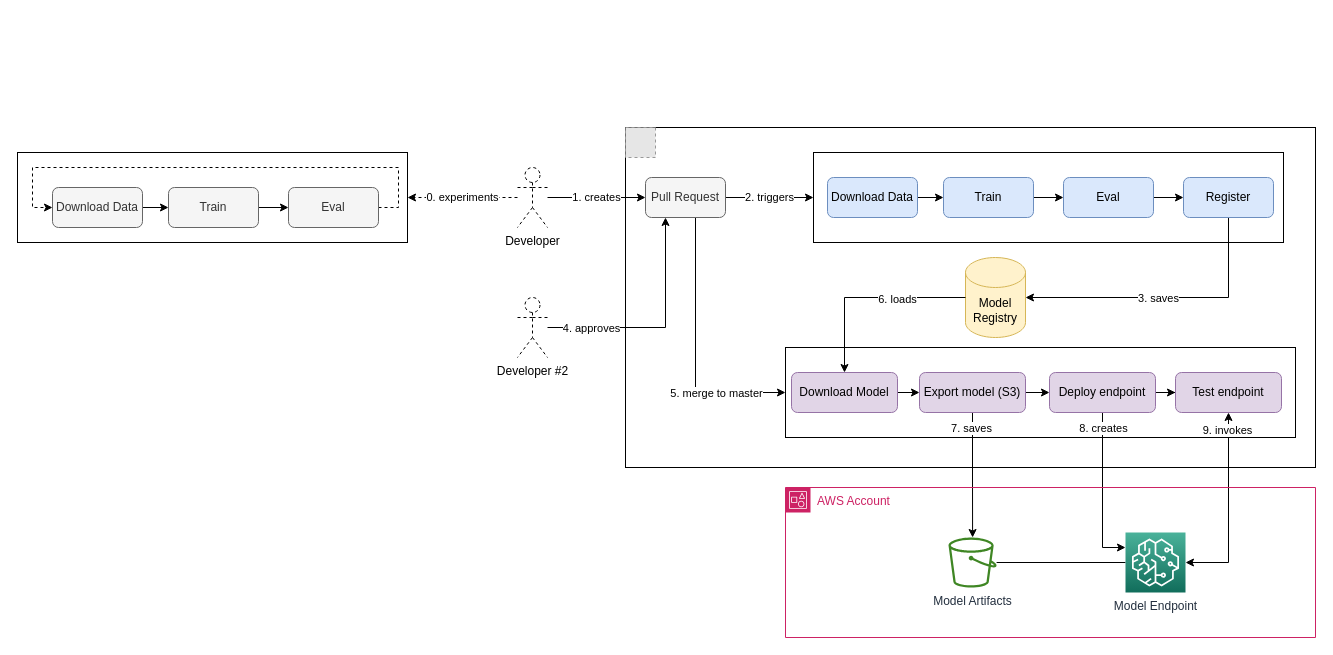
mtszkw/ml-production keeps this draw.io diagram as infrastructure/ml-production.drawio. Above is the earlier version. Source tidied: cells renumbered, new cells numbered last; positions are measured from the earlier drawing's top-left corner, leaving out a move shared by most shapes. Both pictures are drawn from the tidied source at 100%, with x=0, y=0 at pixel (17, 127). Pictures stored in the file or linked from it are replaced by grey dashed boxes.
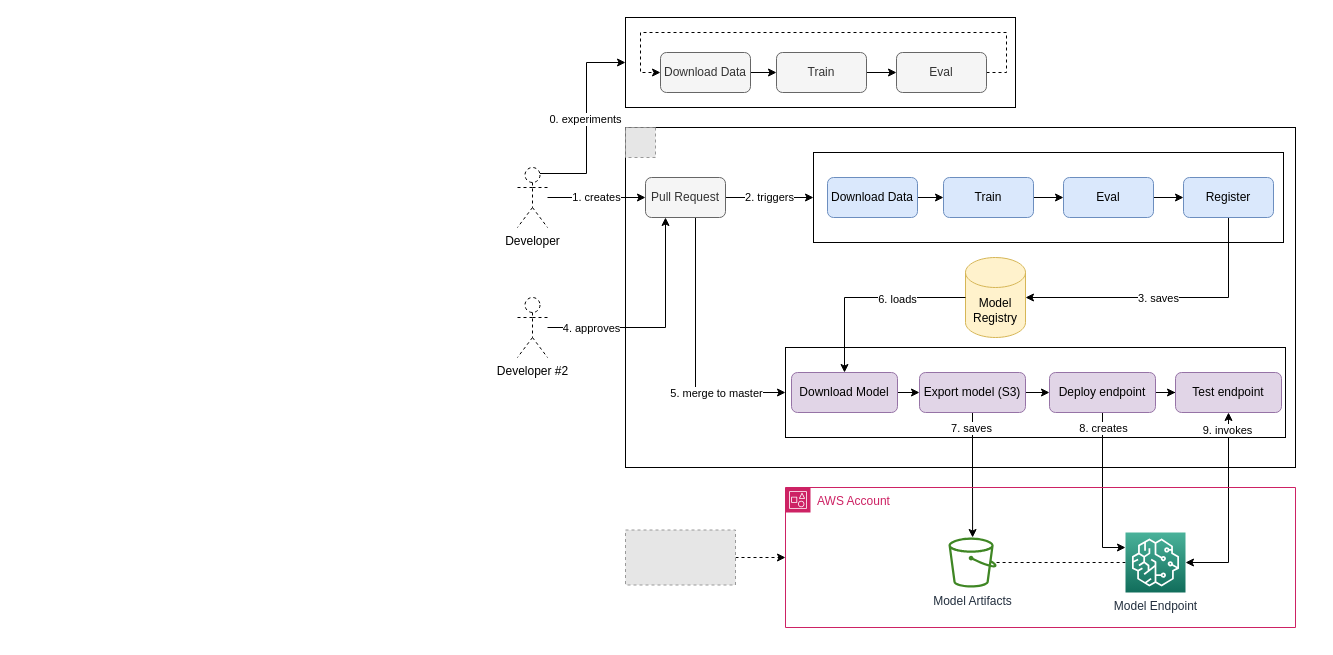
After the change.

Commit message (it also covers changes not shown here):
Replace diagram

Unchanged cells that the change refers to:
```xml
<mxCell id="6" value="Developer" style="shape=umlActor;verticalLabelPosition=bottom;verticalAlign=top;html=1;outlineConnect=0;dashed=1;fillColor=none;" parent="1" vertex="1">
  <mxGeometry x="500" y="40" width="30" height="60" as="geometry" />
</mxCell>
<mxCell id="41" value="Model Artifacts" style="sketch=0;outlineConnect=0;fontColor=#232F3E;gradientColor=none;fillColor=#3F8624;strokeColor=none;dashed=0;verticalLabelPosition=bottom;verticalAlign=top;align=center;html=1;fontSize=12;fontStyle=0;shape=mxgraph.aws4.bucket;" parent="39" vertex="1">
  <mxGeometry x="163" y="50" width="48.1" height="50" as="geometry" />
</mxCell>
<mxCell id="42" value="Model Endpoint" style="sketch=0;points=[[0,0,0],[0.25,0,0],[0.5,0,0],[0.75,0,0],[1,0,0],[0,1,0],[0.25,1,0],[0.5,1,0],[0.75,1,0],[1,1,0],[0,0.25,0],[0,0.5,0],[0,0.75,0],[1,0.25,0],[1,0.5,0],[1,0.75,0]];outlineConnect=0;fontColor=#232F3E;gradientColor=#4AB29A;gradientDirection=north;fillColor=#116D5B;strokeColor=#ffffff;dashed=0;verticalLabelPosition=bottom;verticalAlign=top;align=center;html=1;fontSize=12;fontStyle=0;shape=mxgraph.aws4.resourceIcon;resIcon=mxgraph.aws4.sagemaker;" parent="39" vertex="1">
  <mxGeometry x="340" y="45" width="60" height="60" as="geometry" />
</mxCell>
```

Change to the diagram source:
```diff
@@
     <mxCell id="2" style="rounded=0;whiteSpace=wrap;html=1;fillColor=none;" parent="1" vertex="1">
-      <mxGeometry x="608" width="690" height="340" as="geometry" />
+      <mxGeometry x="608" width="670" height="340" as="geometry" />
     </mxCell>
@@
-    <mxCell id="5" value="0. experiments" style="edgeStyle=orthogonalEdgeStyle;rounded=0;jettySize=auto;html=1;entryX=1;entryY=0.5;entryDx=0;entryDy=0;dashed=1;startArrow=none;startFill=0;endArrow=classic;endFill=1;" parent="1" edge="1" source="6" target="45">
-      <mxGeometry relative="1" as="geometry" />
+    <mxCell id="5" value="0. experiments" style="edgeStyle=orthogonalEdgeStyle;rounded=0;jettySize=auto;html=1;entryX=0;entryY=0.5;entryDx=0;entryDy=0;startArrow=none;startFill=0;endArrow=classic;endFill=1;exitX=0.75;exitY=0.1;exitDx=0;exitDy=0;exitPerimeter=0;" parent="1" edge="1" source="6" target="45">
+      <mxGeometry x="0.04" y="1" relative="1" as="geometry">
+        <mxPoint y="1" as="offset" />
+      </mxGeometry>
     </mxCell>
@@
     <mxCell id="25" style="rounded=0;whiteSpace=wrap;html=1;" parent="1" vertex="1">
-      <mxGeometry x="768" y="220" width="510" height="90" as="geometry" />
+      <mxGeometry x="768" y="220" width="500" height="90" as="geometry" />
     </mxCell>
@@
     <mxCell id="39" value="AWS Account" style="points=[[0,0],[0.25,0],[0.5,0],[0.75,0],[1,0],[1,0.25],[1,0.5],[1,0.75],[1,1],[0.75,1],[0.5,1],[0.25,1],[0,1],[0,0.75],[0,0.5],[0,0.25]];outlineConnect=0;gradientColor=none;html=1;whiteSpace=wrap;fontSize=12;fontStyle=0;shape=mxgraph.aws4.group;grIcon=mxgraph.aws4.group_account;strokeColor=#CD2264;fillColor=none;verticalAlign=top;align=left;spacingLeft=30;fontColor=#CD2264;dashed=0;" parent="1" vertex="1">
-      <mxGeometry x="768" y="360" width="530" height="150" as="geometry" />
+      <mxGeometry x="768" y="360" width="510" height="140" as="geometry" />
     </mxCell>
-    <mxCell id="40" style="edgeStyle=orthogonalEdgeStyle;rounded=0;jettySize=auto;html=1;endArrow=none;endFill=0;" parent="39" edge="1" source="41" target="42">
+    <mxCell id="40" style="edgeStyle=orthogonalEdgeStyle;rounded=0;jettySize=auto;html=1;endArrow=none;endFill=0;dashed=1;" parent="39" edge="1" source="41" target="42">
       <mxGeometry relative="1" as="geometry" />
     </mxCell>
@@
     <mxCell id="45" style="rounded=0;whiteSpace=wrap;html=1;" parent="1" vertex="1">
-      <mxGeometry y="25" width="390" height="90" as="geometry" />
+      <mxGeometry x="608" y="-110" width="390" height="90" as="geometry" />
     </mxCell>
@@
     <mxCell id="47" value="Download Data" style="rounded=1;whiteSpace=wrap;html=1;fillColor=#f5f5f5;strokeColor=#666666;fontColor=#333333;" parent="1" vertex="1">
-      <mxGeometry x="35" y="60" width="90" height="40" as="geometry" />
+      <mxGeometry x="643" y="-75" width="90" height="40" as="geometry" />
     </mxCell>
@@
     <mxCell id="49" value="Train" style="rounded=1;whiteSpace=wrap;html=1;fillColor=#f5f5f5;strokeColor=#666666;fontColor=#333333;" parent="1" vertex="1">
-      <mxGeometry x="151" y="60" width="90" height="40" as="geometry" />
+      <mxGeometry x="759" y="-75" width="90" height="40" as="geometry" />
     </mxCell>
     <mxCell id="50" style="edgeStyle=orthogonalEdgeStyle;rounded=0;jettySize=auto;html=1;entryX=0;entryY=0.5;entryDx=0;entryDy=0;dashed=1;" parent="1" edge="1" source="51" target="47">
       <mxGeometry relative="1" as="geometry">
         <Array as="points">
-          <mxPoint x="381" y="80" />
-          <mxPoint x="381" y="40" />
-          <mxPoint x="15" y="40" />
-          <mxPoint x="15" y="80" />
+          <mxPoint x="989" y="-55" />
+          <mxPoint x="989" y="-95" />
+          <mxPoint x="623" y="-95" />
+          <mxPoint x="623" y="-55" />
         </Array>
       </mxGeometry>
     </mxCell>
     <mxCell id="51" value="Eval" style="rounded=1;whiteSpace=wrap;html=1;fillColor=#f5f5f5;strokeColor=#666666;fontColor=#333333;" parent="1" vertex="1">
-      <mxGeometry x="271" y="60" width="90" height="40" as="geometry" />
+      <mxGeometry x="879" y="-75" width="90" height="40" as="geometry" />
     </mxCell>
+    <mxCell id="52" style="edgeStyle=orthogonalEdgeStyle;rounded=0;jettySize=auto;html=1;entryX=0;entryY=0.5;entryDx=0;entryDy=0;dashed=1;startArrow=none;startFill=0;endArrow=classic;endFill=1;" parent="1" edge="1" source="53" target="39">
+      <mxGeometry relative="1" as="geometry" />
+    </mxCell>
+    <mxCell id="53" style="fillColor=#E6E6E6;strokeColor=#999999;dashed=1;verticalLabelPosition=bottom;labelBackgroundColor=default;verticalAlign=top;" parent="1" vertex="1">
+      <mxGeometry x="608" y="402.5" width="110" height="55" as="geometry" />
+    </mxCell>
```
